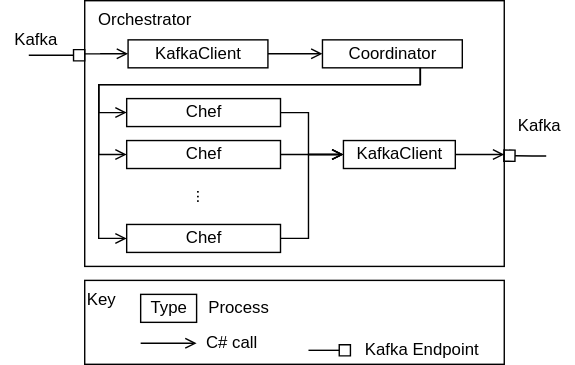
Earlier version of the draw.io export docs/CC_Orchestrator.svg (SDU-SW-Engineering/Reconfigurable-I4-Middleware-Software-Architecture). Source tidied: cells renumbered, new cells last; positions are measured from the earlier drawing's top-left corner, leaving out a move shared by most shapes.
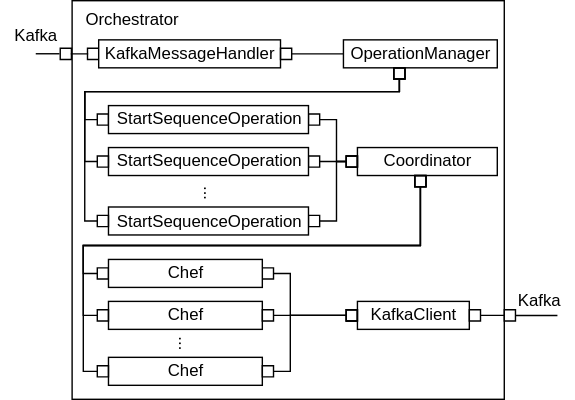
The same file after the commit.

Change to the diagram source:
```diff
@@ -3,147 +3,183 @@
     <mxCell id="0" />
     <mxCell id="1" parent="0" />
     <mxCell id="2" value="Orchestrator" style="html=1;fontFamily=Helvetica;fontSize=12;fontColor=#000000;align=left;verticalAlign=top;spacingLeft=8;" parent="1" vertex="1">
-      <mxGeometry x="60" width="300" height="190" as="geometry" />
+      <mxGeometry x="81" y="805" width="309" height="285" as="geometry" />
     </mxCell>
-    <mxCell id="3" style="edgeStyle=orthogonalEdgeStyle;rounded=0;orthogonalLoop=1;jettySize=auto;html=1;endArrow=box;endFill=0;startArrow=none;startFill=0;" parent="1" edge="1">
+    <mxCell id="3" style="edgeStyle=orthogonalEdgeStyle;rounded=0;orthogonalLoop=1;jettySize=auto;html=1;endArrow=none;endFill=0;startArrow=none;startFill=0;" parent="1" edge="1">
       <mxGeometry relative="1" as="geometry">
-        <mxPoint x="20" y="39" as="sourcePoint" />
-        <mxPoint x="60" y="39" as="targetPoint" />
+        <mxPoint x="55" y="842.9" as="sourcePoint" />
+        <mxPoint x="72" y="842.9" as="targetPoint" />
         <Array as="points">
-          <mxPoint x="40" y="39" />
-          <mxPoint x="40" y="39" />
+          <mxPoint x="55" y="842.9" />
+          <mxPoint x="55" y="842.9" />
         </Array>
       </mxGeometry>
     </mxCell>
-    <mxCell id="4" style="edgeStyle=orthogonalEdgeStyle;rounded=0;jettySize=auto;html=1;startArrow=none;startFill=0;endArrow=open;endFill=0;" parent="1" edge="1" source="5" target="7">
+    <mxCell id="4" style="edgeStyle=orthogonalEdgeStyle;rounded=0;jettySize=auto;html=1;startArrow=box;startFill=0;endArrow=box;endFill=0;" parent="1" edge="1" source="5" target="7">
       <mxGeometry relative="1" as="geometry">
         <Array as="points">
-          <mxPoint x="300" y="60" />
-          <mxPoint x="70" y="60" />
-          <mxPoint x="70" y="80" />
+          <mxPoint x="330" y="980" />
+          <mxPoint x="89" y="980" />
+          <mxPoint x="89" y="1000" />
         </Array>
       </mxGeometry>
     </mxCell>
     <mxCell id="5" value="Coordinator" style="html=1;fontFamily=Helvetica;fontSize=12;fontColor=#000000;" parent="1" vertex="1">
-      <mxGeometry x="230" y="28" width="100" height="20" as="geometry" />
+      <mxGeometry x="285" y="910" width="100" height="20" as="geometry" />
     </mxCell>
-    <mxCell id="6" style="edgeStyle=orthogonalEdgeStyle;rounded=0;jettySize=auto;html=1;startArrow=none;startFill=0;endArrow=open;endFill=0;" parent="1" edge="1" source="7" target="8">
+    <mxCell id="6" style="edgeStyle=orthogonalEdgeStyle;rounded=0;jettySize=auto;html=1;startArrow=box;startFill=0;endArrow=box;endFill=0;" parent="1" edge="1" source="7" target="8">
       <mxGeometry relative="1" as="geometry">
         <Array as="points">
-          <mxPoint x="220" y="80" />
-          <mxPoint x="220" y="110" />
+          <mxPoint x="237" y="1000" />
+          <mxPoint x="237" y="1030" />
         </Array>
       </mxGeometry>
     </mxCell>
     <mxCell id="7" value="Chef" style="html=1;fontFamily=Helvetica;fontSize=12;fontColor=#000000;" parent="1" vertex="1">
-      <mxGeometry x="90" y="70" width="110" height="20" as="geometry" />
+      <mxGeometry x="107" y="990" width="110" height="20" as="geometry" />
     </mxCell>
     <mxCell id="8" value="KafkaClient" style="html=1;fontFamily=Helvetica;fontSize=12;fontColor=#000000;" parent="1" vertex="1">
-      <mxGeometry x="245" y="100" width="80" height="20" as="geometry" />
+      <mxGeometry x="285" y="1020" width="80" height="20" as="geometry" />
     </mxCell>
-    <mxCell id="9" style="edgeStyle=orthogonalEdgeStyle;rounded=0;jettySize=auto;html=1;startArrow=none;startFill=0;endArrow=open;endFill=0;" parent="1" edge="1" source="10" target="5">
-      <mxGeometry relative="1" as="geometry" />
+    <mxCell id="9" value="Kafka" style="text;html=1;align=center;verticalAlign=middle;strokeColor=none;fillColor=none;" parent="1" vertex="1">
+      <mxGeometry x="30" y="820" width="50" height="20" as="geometry" />
     </mxCell>
-    <mxCell id="10" value="KafkaClient" style="html=1;fontFamily=Helvetica;fontSize=12;fontColor=#000000;" parent="1" vertex="1">
-      <mxGeometry x="91" y="28" width="100" height="20" as="geometry" />
+    <mxCell id="10" value="Kafka" style="text;html=1;align=center;verticalAlign=middle;points=[];strokeColor=none;fillColor=none;" parent="1" vertex="1">
+      <mxGeometry x="390" y="1010" width="50" height="20" as="geometry" />
     </mxCell>
-    <mxCell id="11" style="edgeStyle=orthogonalEdgeStyle;rounded=0;jettySize=auto;html=1;startArrow=none;startFill=0;endArrow=open;endFill=0;" parent="1" edge="1" target="10">
+    <mxCell id="11" style="edgeStyle=orthogonalEdgeStyle;rounded=0;jettySize=auto;html=1;exitX=1;exitY=0.5;exitDx=0;exitDy=0;startArrow=box;startFill=0;endArrow=box;endFill=0;" parent="1" edge="1" source="8">
       <mxGeometry relative="1" as="geometry">
-        <mxPoint x="60" y="38" as="sourcePoint" />
+        <mxPoint x="398" y="1030" as="targetPoint" />
+        <Array as="points">
+          <mxPoint x="390" y="1030" />
+          <mxPoint x="390" y="1030" />
+        </Array>
       </mxGeometry>
     </mxCell>
-    <mxCell id="12" value="Kafka" style="text;html=1;align=center;verticalAlign=middle;points=[];strokeColor=none;fillColor=none;" parent="1" vertex="1">
-      <mxGeometry y="18" width="50" height="20" as="geometry" />
+    <mxCell id="12" value="Chef" style="html=1;fontFamily=Helvetica;fontSize=12;fontColor=#000000;" parent="1" vertex="1">
+      <mxGeometry x="107" y="1020" width="110" height="20" as="geometry" />
     </mxCell>
-    <mxCell id="13" value="Kafka" style="text;html=1;align=center;verticalAlign=middle;points=[];strokeColor=none;fillColor=none;" parent="1" vertex="1">
-      <mxGeometry x="360" y="80" width="50" height="20" as="geometry" />
+    <mxCell id="13" value="Chef" style="html=1;fontFamily=Helvetica;fontSize=12;fontColor=#000000;" parent="1" vertex="1">
+      <mxGeometry x="107" y="1060" width="110" height="20" as="geometry" />
     </mxCell>
-    <mxCell id="14" value="Key" style="rounded=0;whiteSpace=wrap;html=1;align=left;verticalAlign=top;" parent="1" vertex="1">
-      <mxGeometry x="60" y="200" width="300" height="60" as="geometry" />
+    <mxCell id="14" value="..." style="text;html=1;align=center;verticalAlign=middle;strokeColor=none;fillColor=none;rotation=90;" parent="1" vertex="1">
+      <mxGeometry x="147" y="1040" width="30" height="20" as="geometry" />
     </mxCell>
-    <mxCell id="15" value="Type" style="html=1;fontFamily=Helvetica;fontSize=12;fontColor=#000000;" parent="1" vertex="1">
-      <mxGeometry x="100" y="210" width="40" height="20" as="geometry" />
+    <mxCell id="15" style="edgeStyle=orthogonalEdgeStyle;rounded=0;jettySize=auto;html=1;startArrow=box;startFill=0;endArrow=box;endFill=0;" parent="1" edge="1" source="5" target="12">
+      <mxGeometry relative="1" as="geometry">
+        <Array as="points">
+          <mxPoint x="330" y="980" />
+          <mxPoint x="89" y="980" />
+          <mxPoint x="89" y="1030" />
+        </Array>
+      </mxGeometry>
     </mxCell>
-    <mxCell id="16" value="Process" style="text;html=1;align=center;verticalAlign=middle;strokeColor=none;fillColor=none;" parent="1" vertex="1">
-      <mxGeometry x="140" y="210" width="60" height="20" as="geometry" />
+    <mxCell id="16" style="edgeStyle=orthogonalEdgeStyle;rounded=0;jettySize=auto;html=1;startArrow=box;startFill=0;endArrow=box;endFill=0;" parent="1" edge="1" source="5" target="13">
+      <mxGeometry relative="1" as="geometry">
+        <Array as="points">
+          <mxPoint x="330" y="980" />
+          <mxPoint x="89" y="980" />
+          <mxPoint x="89" y="1070" />
+        </Array>
+      </mxGeometry>
     </mxCell>
-    <mxCell id="17" style="edgeStyle=orthogonalEdgeStyle;rounded=0;orthogonalLoop=1;jettySize=auto;html=1;startArrow=none;startFill=0;endArrow=open;endFill=0;" parent="1" edge="1">
+    <mxCell id="17" style="edgeStyle=orthogonalEdgeStyle;rounded=0;jettySize=auto;html=1;startArrow=box;startFill=0;endArrow=box;endFill=0;" parent="1" edge="1" source="13" target="8">
       <mxGeometry relative="1" as="geometry">
-        <mxPoint x="100" y="245" as="sourcePoint" />
-        <mxPoint x="140" y="245" as="targetPoint" />
         <Array as="points">
-          <mxPoint x="120" y="245" />
+          <mxPoint x="237" y="1070" />
+          <mxPoint x="237" y="1030" />
         </Array>
       </mxGeometry>
     </mxCell>
-    <mxCell id="18" value="C# call" style="text;html=1;align=center;verticalAlign=middle;strokeColor=none;fillColor=none;" parent="1" vertex="1">
-      <mxGeometry x="140" y="235" width="50" height="20" as="geometry" />
+    <mxCell id="18" style="edgeStyle=orthogonalEdgeStyle;rounded=0;jettySize=auto;html=1;startArrow=box;startFill=0;endArrow=box;endFill=0;" parent="1" edge="1" source="12" target="8">
+      <mxGeometry relative="1" as="geometry">
+        <Array as="points">
+          <mxPoint x="237" y="1030" />
+          <mxPoint x="237" y="1030" />
+        </Array>
+      </mxGeometry>
     </mxCell>
-    <mxCell id="19" style="edgeStyle=orthogonalEdgeStyle;rounded=0;jettySize=auto;html=1;exitX=1;exitY=0.5;exitDx=0;exitDy=0;startArrow=none;startFill=0;endArrow=open;endFill=0;" parent="1" edge="1" source="8">
+    <mxCell id="19" style="edgeStyle=orthogonalEdgeStyle;rounded=0;orthogonalLoop=1;jettySize=auto;html=1;endArrow=none;endFill=0;startArrow=none;startFill=0;" parent="1" edge="1">
       <mxGeometry relative="1" as="geometry">
-        <mxPoint x="360" y="110" as="targetPoint" />
+        <mxPoint x="428" y="1030.1" as="sourcePoint" />
+        <mxPoint x="398" y="1030" as="targetPoint" />
+        <Array as="points">
+          <mxPoint x="398" y="1030" />
+          <mxPoint x="420" y="1030" />
+        </Array>
       </mxGeometry>
     </mxCell>
-    <mxCell id="20" value="Chef" style="html=1;fontFamily=Helvetica;fontSize=12;fontColor=#000000;" parent="1" vertex="1">
-      <mxGeometry x="90" y="100" width="110" height="20" as="geometry" />
+    <mxCell id="20" style="edgeStyle=orthogonalEdgeStyle;rounded=0;jettySize=auto;html=1;startArrow=box;startFill=0;endArrow=box;endFill=0;entryX=0;entryY=0.5;entryDx=0;entryDy=0;" parent="1" edge="1" source="23" target="26">
+      <mxGeometry relative="1" as="geometry">
+        <Array as="points">
+          <mxPoint x="315" y="870" />
+          <mxPoint x="90" y="870" />
+          <mxPoint x="90" y="890" />
+        </Array>
+      </mxGeometry>
     </mxCell>
-    <mxCell id="21" value="Chef" style="html=1;fontFamily=Helvetica;fontSize=12;fontColor=#000000;" parent="1" vertex="1">
-      <mxGeometry x="90" y="160" width="110" height="20" as="geometry" />
+    <mxCell id="21" style="edgeStyle=orthogonalEdgeStyle;rounded=0;jettySize=auto;html=1;startArrow=box;startFill=0;endArrow=box;endFill=0;" parent="1" edge="1" source="22">
+      <mxGeometry relative="1" as="geometry">
+        <mxPoint x="72.5" y="843" as="targetPoint" />
+      </mxGeometry>
     </mxCell>
-    <mxCell id="22" value="..." style="text;html=1;align=center;verticalAlign=middle;points=[];strokeColor=none;fillColor=none;rotation=90;" parent="1" vertex="1">
-      <mxGeometry x="130" y="130" width="30" height="20" as="geometry" />
+    <mxCell id="22" value="KafkaMessageHandler" style="html=1;fontFamily=Helvetica;fontSize=12;fontColor=#000000;" parent="1" vertex="1">
+      <mxGeometry x="100" y="833" width="130" height="20" as="geometry" />
     </mxCell>
-    <mxCell id="23" style="edgeStyle=orthogonalEdgeStyle;rounded=0;jettySize=auto;html=1;startArrow=none;startFill=0;endArrow=open;endFill=0;" parent="1" edge="1" source="5" target="20">
-      <mxGeometry relative="1" as="geometry">
-        <Array as="points">
-          <mxPoint x="300" y="60" />
-          <mxPoint x="70" y="60" />
-          <mxPoint x="70" y="110" />
-        </Array>
-      </mxGeometry>
+    <mxCell id="23" value="OperationManager" style="html=1;fontFamily=Helvetica;fontSize=12;fontColor=#000000;" parent="1" vertex="1">
+      <mxGeometry x="275" y="833" width="110" height="20" as="geometry" />
     </mxCell>
-    <mxCell id="24" style="edgeStyle=orthogonalEdgeStyle;rounded=0;jettySize=auto;html=1;startArrow=none;startFill=0;endArrow=open;endFill=0;" parent="1" edge="1" source="5" target="21">
-      <mxGeometry relative="1" as="geometry">
-        <Array as="points">
-          <mxPoint x="300" y="60" />
-          <mxPoint x="70" y="60" />
-          <mxPoint x="70" y="170" />
-        </Array>
-      </mxGeometry>
+    <mxCell id="24" style="edgeStyle=orthogonalEdgeStyle;rounded=0;jettySize=auto;html=1;startArrow=box;startFill=0;endArrow=none;endFill=0;" parent="1" edge="1" source="22" target="23">
+      <mxGeometry relative="1" as="geometry" />
     </mxCell>
-    <mxCell id="25" style="edgeStyle=orthogonalEdgeStyle;rounded=0;jettySize=auto;html=1;startArrow=none;startFill=0;endArrow=open;endFill=0;" parent="1" edge="1" source="21" target="8">
+    <mxCell id="25" style="edgeStyle=orthogonalEdgeStyle;rounded=0;jettySize=auto;html=1;entryX=0;entryY=0.5;entryDx=0;entryDy=0;startArrow=box;startFill=0;endArrow=box;endFill=0;" parent="1" edge="1" source="26" target="5">
       <mxGeometry relative="1" as="geometry">
         <Array as="points">
-          <mxPoint x="220" y="170" />
-          <mxPoint x="220" y="110" />
+          <mxPoint x="270" y="890" />
+          <mxPoint x="270" y="920" />
         </Array>
       </mxGeometry>
     </mxCell>
-    <mxCell id="26" style="edgeStyle=orthogonalEdgeStyle;rounded=0;jettySize=auto;html=1;startArrow=none;startFill=0;endArrow=open;endFill=0;" parent="1" edge="1" source="20" target="8">
-      <mxGeometry relative="1" as="geometry">
-        <Array as="points">
-          <mxPoint x="220" y="110" />
-          <mxPoint x="220" y="110" />
-        </Array>
-      </mxGeometry>
+    <mxCell id="26" value="StartSequenceOperation" style="html=1;fontFamily=Helvetica;fontSize=12;fontColor=#000000;" parent="1" vertex="1">
+      <mxGeometry x="107" y="880" width="143" height="20" as="geometry" />
     </mxCell>
-    <mxCell id="27" style="edgeStyle=orthogonalEdgeStyle;rounded=0;jettySize=auto;html=1;endArrow=box;endFill=0;startArrow=none;startFill=0;entryX=0.999;entryY=0.583;entryDx=0;entryDy=0;entryPerimeter=0;" parent="1" edge="1" target="2">
-      <mxGeometry relative="1" as="geometry">
-        <mxPoint x="390" y="111" as="sourcePoint" />
-        <Array as="points">
-          <mxPoint x="380" y="111" />
-          <mxPoint x="380" y="111" />
-        </Array>
-      </mxGeometry>
+    <mxCell id="27" style="edgeStyle=orthogonalEdgeStyle;rounded=0;jettySize=auto;html=1;startArrow=box;startFill=0;endArrow=box;endFill=0;" parent="1" edge="1" source="28" target="5">
+      <mxGeometry relative="1" as="geometry" />
     </mxCell>
-    <mxCell id="28" style="edgeStyle=orthogonalEdgeStyle;rounded=0;orthogonalLoop=1;jettySize=auto;html=1;startArrow=none;startFill=0;endArrow=box;endFill=0;" parent="1" edge="1">
-      <mxGeometry relative="1" as="geometry">
-        <mxPoint x="220" y="250" as="sourcePoint" />
-        <mxPoint x="250" y="250" as="targetPoint" />
-      </mxGeometry>
+    <mxCell id="28" value="StartSequenceOperation" style="html=1;fontFamily=Helvetica;fontSize=12;fontColor=#000000;" parent="1" vertex="1">
+      <mxGeometry x="107" y="910" width="143" height="20" as="geometry" />
     </mxCell>
-    <mxCell id="29" value="Kafka Endpoint" style="text;html=1;align=center;verticalAlign=middle;strokeColor=none;fillColor=none;" parent="1" vertex="1">
-      <mxGeometry x="251" y="240" width="100" height="20" as="geometry" />
+    <mxCell id="29" style="edgeStyle=orthogonalEdgeStyle;rounded=0;jettySize=auto;html=1;entryX=0;entryY=0.5;entryDx=0;entryDy=0;startArrow=box;startFill=0;endArrow=box;endFill=0;" parent="1" edge="1" source="30" target="5">
+      <mxGeometry relative="1" as="geometry">
+        <Array as="points">
+          <mxPoint x="270" y="963" />
+          <mxPoint x="270" y="920" />
+        </Array>
+      </mxGeometry>
     </mxCell>
+    <mxCell id="30" value="StartSequenceOperation" style="html=1;fontFamily=Helvetica;fontSize=12;fontColor=#000000;" parent="1" vertex="1">
+      <mxGeometry x="107" y="952.5" width="143" height="20" as="geometry" />
+    </mxCell>
+    <mxCell id="31" value="..." style="text;html=1;align=center;verticalAlign=middle;strokeColor=none;fillColor=none;rotation=90;" parent="1" vertex="1">
+      <mxGeometry x="165" y="932.5" width="30" height="20" as="geometry" />
+    </mxCell>
+    <mxCell id="32" style="edgeStyle=orthogonalEdgeStyle;rounded=0;jettySize=auto;html=1;startArrow=box;startFill=0;endArrow=box;endFill=0;" parent="1" edge="1" source="23" target="28">
+      <mxGeometry relative="1" as="geometry">
+        <Array as="points">
+          <mxPoint x="315" y="870" />
+          <mxPoint x="90" y="870" />
+          <mxPoint x="90" y="920" />
+        </Array>
+      </mxGeometry>
+    </mxCell>
+    <mxCell id="33" style="edgeStyle=orthogonalEdgeStyle;rounded=0;jettySize=auto;html=1;startArrow=box;startFill=0;endArrow=box;endFill=0;entryX=0;entryY=0.5;entryDx=0;entryDy=0;" parent="1" edge="1" source="23" target="30">
+      <mxGeometry relative="1" as="geometry">
+        <Array as="points">
+          <mxPoint x="315" y="870" />
+          <mxPoint x="90" y="870" />
+          <mxPoint x="90" y="963" />
+        </Array>
+      </mxGeometry>
+    </mxCell>
   </root>
 </mxGraphModel>
```
